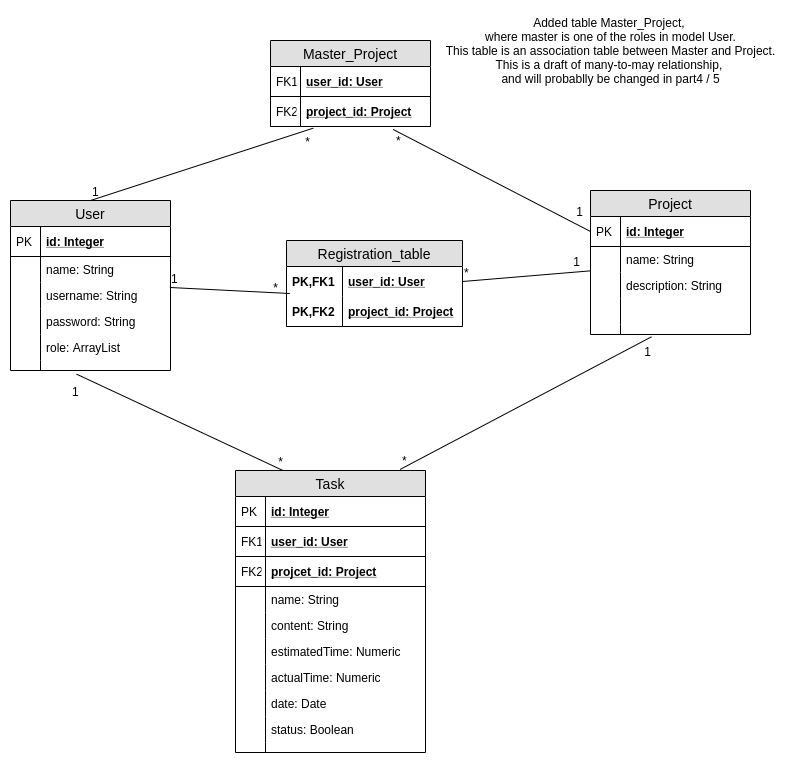
Earlier version of the draw.io export documentation/tietokantakaavio.png (lchz/projektin_tyoaikaseuranta). Source tidied: cells renumbered, new cells last; positions are measured from the earlier drawing's top-left corner, leaving out a move shared by most shapes.
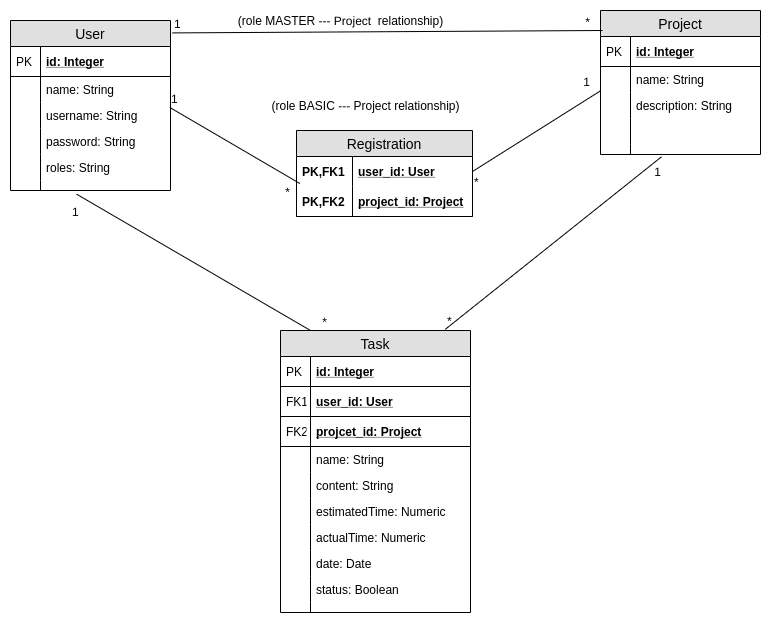
After the change.

Change to the diagram source:
```diff
@@ -3,7 +3,7 @@
     <mxCell id="0" />
     <mxCell id="1" parent="0" />
     <mxCell id="2" value="User" style="swimlane;fontStyle=0;horizontal=1;startSize=26;fillColor=#e0e0e0;swimlaneFillColor=#ffffff;align=center;fontSize=14;" parent="1" vertex="1">
-      <mxGeometry y="190" width="160" height="170" as="geometry" />
+      <mxGeometry x="-10" y="120" width="160" height="170" as="geometry" />
     </mxCell>
     <mxCell id="3" value="id: Integer" style="shape=partialRectangle;top=0;left=0;right=0;bottom=1;align=left;verticalAlign=middle;fillColor=none;spacingLeft=34;spacingRight=4;overflow=hidden;fontStyle=5;fontSize=12;" parent="2" vertex="1">
       <mxGeometry y="26" width="160" height="30" as="geometry" />
@@ -29,7 +29,7 @@
     <mxCell id="10" style="shape=partialRectangle;top=0;left=0;bottom=0;fillColor=none;align=left;verticalAlign=top;spacingLeft=4;spacingRight=4;overflow=hidden;fontSize=12;" parent="9" vertex="1">
       <mxGeometry width="30" height="26" as="geometry" />
     </mxCell>
-    <mxCell id="11" value="role: ArrayList" style="shape=partialRectangle;top=0;left=0;right=0;bottom=0;align=left;verticalAlign=top;fillColor=none;spacingLeft=34;spacingRight=4;overflow=hidden;fontSize=12;" parent="2" vertex="1">
+    <mxCell id="11" value="roles: String" style="shape=partialRectangle;top=0;left=0;right=0;bottom=0;align=left;verticalAlign=top;fillColor=none;spacingLeft=34;spacingRight=4;overflow=hidden;fontSize=12;" parent="2" vertex="1">
       <mxGeometry y="134" width="160" height="26" as="geometry" />
     </mxCell>
     <mxCell id="12" style="shape=partialRectangle;top=0;left=0;bottom=0;fillColor=none;align=left;verticalAlign=top;spacingLeft=4;spacingRight=4;overflow=hidden;fontSize=12;" parent="11" vertex="1">
@@ -42,7 +42,7 @@
       <mxGeometry width="30" height="10" as="geometry" />
     </mxCell>
     <mxCell id="15" value="Project" style="swimlane;fontStyle=0;horizontal=1;startSize=26;fillColor=#e0e0e0;swimlaneFillColor=#ffffff;align=center;fontSize=14;" parent="1" vertex="1">
-      <mxGeometry x="580" y="180" width="160" height="144" as="geometry" />
+      <mxGeometry x="580" y="110" width="160" height="144" as="geometry" />
     </mxCell>
     <mxCell id="16" value="id: Integer" style="shape=partialRectangle;top=0;left=0;right=0;bottom=1;align=left;verticalAlign=middle;fillColor=none;spacingLeft=34;spacingRight=4;overflow=hidden;points=[[0,0.5],[1,0.5]];portConstraint=eastwest;fontStyle=5;fontSize=12;" parent="15" vertex="1">
       <mxGeometry y="26" width="160" height="30" as="geometry" />
@@ -75,7 +75,7 @@
       <mxGeometry width="30" height="10" as="geometry" />
     </mxCell>
     <mxCell id="26" value="Task" style="swimlane;fontStyle=0;horizontal=1;startSize=26;fillColor=#e0e0e0;swimlaneFillColor=#ffffff;align=center;fontSize=14;" parent="1" vertex="1">
-      <mxGeometry x="225" y="460" width="190" height="282" as="geometry" />
+      <mxGeometry x="260" y="430" width="190" height="282" as="geometry" />
     </mxCell>
     <mxCell id="27" value="id: Integer" style="shape=partialRectangle;top=0;left=0;right=0;bottom=1;align=left;verticalAlign=middle;fillColor=none;spacingLeft=34;spacingRight=4;overflow=hidden;fontStyle=5;fontSize=12;" parent="26" vertex="1">
       <mxGeometry y="26" width="190" height="30" as="geometry" />
@@ -137,25 +137,7 @@
     <mxCell id="46" style="shape=partialRectangle;top=0;left=0;bottom=0;fillColor=none;align=left;verticalAlign=top;spacingLeft=4;spacingRight=4;overflow=hidden;fontSize=12;" parent="45" vertex="1">
       <mxGeometry width="30" height="10" as="geometry" />
     </mxCell>
-    <mxCell id="47" value="Master_Project" style="swimlane;fontStyle=0;horizontal=1;startSize=26;fillColor=#e0e0e0;swimlaneFillColor=#ffffff;align=center;fontSize=14;" parent="1" vertex="1">
-      <mxGeometry x="260" y="30" width="160" height="86" as="geometry" />
-    </mxCell>
-    <mxCell id="48" value="user_id: User" style="shape=partialRectangle;top=0;left=0;right=0;bottom=1;align=left;verticalAlign=middle;fillColor=none;spacingLeft=34;spacingRight=4;overflow=hidden;fontStyle=5;fontSize=12;" parent="47" vertex="1">
-      <mxGeometry y="26" width="160" height="30" as="geometry" />
-    </mxCell>
-    <mxCell id="49" value="FK1" style="shape=partialRectangle;top=0;left=0;bottom=0;fillColor=none;align=left;verticalAlign=middle;spacingLeft=4;spacingRight=4;overflow=hidden;fontSize=12;" parent="48" vertex="1">
-      <mxGeometry width="30" height="30" as="geometry" />
-    </mxCell>
-    <mxCell id="50" value="project_id: Project" style="shape=partialRectangle;top=0;left=0;right=0;bottom=1;align=left;verticalAlign=middle;fillColor=none;spacingLeft=34;spacingRight=4;overflow=hidden;points=[[0,0.5],[1,0.5]];portConstraint=eastwest;fontStyle=5;fontSize=12;" parent="47" vertex="1">
-      <mxGeometry y="56" width="160" height="30" as="geometry" />
-    </mxCell>
-    <mxCell id="51" value="FK2" style="shape=partialRectangle;top=0;left=0;bottom=0;fillColor=none;align=left;verticalAlign=middle;spacingLeft=4;spacingRight=4;overflow=hidden;fontSize=12;" parent="50" vertex="1">
-      <mxGeometry width="30" height="30" as="geometry" />
-    </mxCell>
-    <mxCell id="52" value="Added table Master_Project,&amp;nbsp;&lt;br&gt;where master is one of the roles in model User.&lt;br&gt;This table is an association table between Master and Project.&lt;br&gt;This is a draft of many-to-may relationship, &lt;br&gt;and will probablly be changed in part4 / 5" style="text;html=1;align=center;verticalAlign=middle;" parent="1" vertex="1">
-      <mxGeometry x="430" width="340" height="80" as="geometry" />
-    </mxCell>
-    <mxCell id="53" value="Registration_table" style="swimlane;fontStyle=0;horizontal=1;startSize=26;fillColor=#e0e0e0;swimlaneFillColor=#ffffff;align=center;fontSize=14;" parent="1" vertex="1">
+    <mxCell id="53" value="Registration" style="swimlane;fontStyle=0;horizontal=1;startSize=26;fillColor=#e0e0e0;swimlaneFillColor=#ffffff;align=center;fontSize=14;" parent="1" vertex="1">
       <mxGeometry x="276" y="230" width="176" height="86" as="geometry" />
     </mxCell>
     <mxCell id="54" value="user_id: User" style="shape=partialRectangle;top=0;left=0;right=0;bottom=0;align=left;verticalAlign=middle;fillColor=none;spacingLeft=60;spacingRight=4;overflow=hidden;points=[[0,0.5],[1,0.5]];portConstraint=eastwest;fontStyle=5;fontSize=12;" parent="53" vertex="1">
@@ -178,42 +160,33 @@
     </mxCell>
     <mxCell id="60" value="*" style="html=1;align=right;verticalAlign=bottom;" parent="58" vertex="1">
       <mxGeometry x="1" relative="1" as="geometry">
-        <mxPoint x="-11.4" y="3" as="offset" />
+        <mxPoint x="-9.7" y="16.8" as="offset" />
       </mxGeometry>
     </mxCell>
     <mxCell id="61" style="endArrow=none;html=1;rounded=0;exitX=1;exitY=0.5;exitDx=0;exitDy=0;entryX=0;entryY=0.936;entryDx=0;entryDy=0;entryPerimeter=0;" parent="1" edge="1" source="54" target="18">
       <mxGeometry relative="1" as="geometry" />
     </mxCell>
     <mxCell id="62" value="*" style="html=1;align=left;verticalAlign=bottom;" parent="61" vertex="1">
-      <mxGeometry x="-1" relative="1" as="geometry" />
+      <mxGeometry x="-1" relative="1" as="geometry">
+        <mxPoint y="19" as="offset" />
+      </mxGeometry>
     </mxCell>
     <mxCell id="63" value="1" style="html=1;align=right;verticalAlign=bottom;" parent="61" vertex="1">
       <mxGeometry x="1" relative="1" as="geometry">
         <mxPoint x="-9.6" as="offset" />
       </mxGeometry>
     </mxCell>
-    <mxCell id="64" style="endArrow=none;html=1;rounded=0;exitX=0.767;exitY=1.1;exitDx=0;exitDy=0;exitPerimeter=0;entryX=0;entryY=0.5;entryDx=0;entryDy=0;" parent="1" edge="1" source="50" target="16">
-      <mxGeometry relative="1" as="geometry" />
-    </mxCell>
-    <mxCell id="65" value="*" style="html=1;align=left;verticalAlign=bottom;" parent="64" vertex="1">
-      <mxGeometry x="-1" relative="1" as="geometry">
-        <mxPoint x="1.4" y="20.3" as="offset" />
-      </mxGeometry>
-    </mxCell>
-    <mxCell id="66" value="1" style="html=1;align=right;verticalAlign=bottom;" parent="64" vertex="1">
-      <mxGeometry x="1" relative="1" as="geometry">
-        <mxPoint x="-7.2" y="-11.1" as="offset" />
-      </mxGeometry>
-    </mxCell>
-    <mxCell id="67" style="endArrow=none;html=1;rounded=0;entryX=0.267;entryY=1.056;entryDx=0;entryDy=0;entryPerimeter=0;exitX=0.5;exitY=0;exitDx=0;exitDy=0;" parent="1" edge="1" source="2" target="50">
-      <mxGeometry relative="1" as="geometry" />
+    <mxCell id="67" style="endArrow=none;html=1;rounded=0;exitX=1.013;exitY=0.073;exitDx=0;exitDy=0;exitPerimeter=0;" parent="1" edge="1" source="2">
+      <mxGeometry relative="1" as="geometry">
+        <mxPoint x="582" y="130" as="targetPoint" />
+      </mxGeometry>
     </mxCell>
     <mxCell id="68" value="1" style="html=1;align=left;verticalAlign=bottom;" parent="67" vertex="1">
       <mxGeometry x="-1" relative="1" as="geometry" />
     </mxCell>
     <mxCell id="69" value="*" style="html=1;align=right;verticalAlign=bottom;" parent="67" vertex="1">
       <mxGeometry x="1" relative="1" as="geometry">
-        <mxPoint x="-2.9" y="22.4" as="offset" />
+        <mxPoint x="-12.1" y="-0.3" as="offset" />
       </mxGeometry>
     </mxCell>
     <mxCell id="70" style="endArrow=none;html=1;rounded=0;exitX=0.867;exitY=-0.004;exitDx=0;exitDy=0;exitPerimeter=0;entryX=0.381;entryY=1.233;entryDx=0;entryDy=0;entryPerimeter=0;" parent="1" edge="1" source="26" target="24">
@@ -228,7 +201,11 @@
       </mxGeometry>
     </mxCell>
     <mxCell id="73" style="endArrow=none;html=1;rounded=0;exitX=0.413;exitY=1.367;exitDx=0;exitDy=0;exitPerimeter=0;entryX=0.25;entryY=0;entryDx=0;entryDy=0;" parent="1" edge="1" source="13" target="26">
-      <mxGeometry relative="1" as="geometry" />
+      <mxGeometry relative="1" as="geometry">
+        <Array as="points">
+          <mxPoint x="290" y="430" />
+        </Array>
+      </mxGeometry>
     </mxCell>
     <mxCell id="74" value="1" style="html=1;align=left;verticalAlign=bottom;" parent="73" vertex="1">
       <mxGeometry x="-1" relative="1" as="geometry">
@@ -238,5 +215,11 @@
     <mxCell id="75" value="*" style="html=1;align=right;verticalAlign=bottom;" parent="73" vertex="1">
       <mxGeometry x="1" relative="1" as="geometry" />
     </mxCell>
+    <mxCell id="76" value="(role MASTER --- Project&amp;nbsp; relationship)" style="text;html=1;align=center;verticalAlign=middle;" parent="1" vertex="1">
+      <mxGeometry x="210" y="110" width="220" height="20" as="geometry" />
+    </mxCell>
+    <mxCell id="77" value="(role BASIC --- Project relationship)" style="text;html=1;align=center;verticalAlign=middle;" parent="1" vertex="1">
+      <mxGeometry x="245" y="195" width="200" height="20" as="geometry" />
+    </mxCell>
   </root>
 </mxGraphModel>
```
